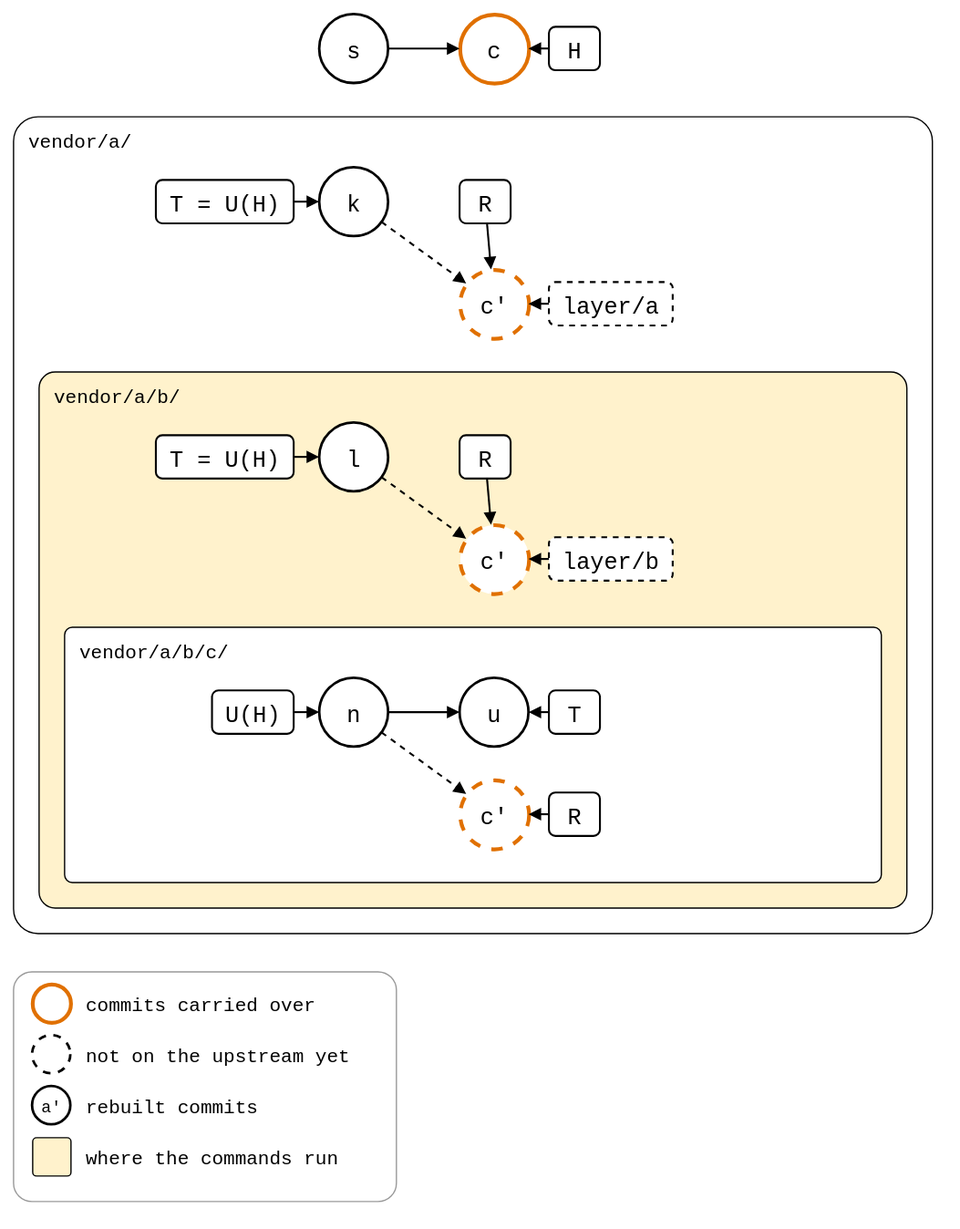
Above: docs/09-scenarios/05-nested-splices/01-nested-splices/02-three-levels/levels-worktrees.drawio.svg in roschaefer/git-splice (draw.io), before the change. Source tidied: cells renumbered, new cells last; positions are measured from the earlier drawing's top-left corner, leaving out a move shared by most shapes. Source of this version:
```xml
<mxGraphModel background="#ffffff">
  <root>
    <mxCell id="0" />
    <mxCell id="1" parent="0" />
    <mxCell id="2" value="vendor/a/" style="rounded=1;arcSize=3;fillColor=none;strokeWidth=1;fontSize=15;verticalAlign=top;align=left;spacingLeft=10;spacingTop=4;fontFamily=Roboto Mono,monospace;" parent="1" vertex="1">
      <mxGeometry y="80" width="720" height="640" as="geometry" />
    </mxCell>
    <mxCell id="3" value="vendor/a/b/" style="rounded=1;arcSize=3;fillColor=#FFF2CC;strokeWidth=1;fontSize=15;verticalAlign=top;align=left;spacingLeft=10;spacingTop=4;fontFamily=Roboto Mono,monospace;" parent="1" vertex="1">
      <mxGeometry x="20" y="280" width="680" height="420" as="geometry" />
    </mxCell>
    <mxCell id="4" value="vendor/a/b/c/" style="rounded=1;arcSize=3;fillColor=#ffffff;strokeWidth=1;fontSize=15;verticalAlign=top;align=left;spacingLeft=10;spacingTop=4;fontFamily=Roboto Mono,monospace;" parent="1" vertex="1">
      <mxGeometry x="40" y="480" width="640" height="200" as="geometry" />
    </mxCell>
    <mxCell id="5" value="s" style="ellipse;strokeWidth=2;fontSize=18;fontFamily=Roboto Mono,monospace;" parent="1" vertex="1">
      <mxGeometry x="240" width="54" height="54" as="geometry" />
    </mxCell>
    <mxCell id="6" value="c" style="ellipse;strokeWidth=2;fontSize=18;fontFamily=Roboto Mono,monospace;strokeColor=#E07000;strokeWidth=3;" parent="1" vertex="1">
      <mxGeometry x="350" width="54" height="54" as="geometry" />
    </mxCell>
    <mxCell id="7" style="endArrow=block;endFill=1;html=1;strokeWidth=1.5;rounded=0;" parent="1" edge="1" source="5" target="6">
      <mxGeometry relative="1" as="geometry" />
    </mxCell>
    <mxCell id="8" value="H" style="rounded=1;strokeWidth=1.5;fontSize=18;fontFamily=Roboto Mono,monospace;" parent="1" vertex="1">
      <mxGeometry x="420" y="10" width="40" height="34" as="geometry" />
    </mxCell>
    <mxCell id="9" style="endArrow=block;endFill=1;html=1;strokeWidth=1.5;rounded=0;" parent="1" edge="1" source="8" target="6">
      <mxGeometry relative="1" as="geometry" />
    </mxCell>
    <mxCell id="10" value="k" style="ellipse;strokeWidth=2;fontSize=18;fontFamily=Roboto Mono,monospace;" parent="1" vertex="1">
      <mxGeometry x="240" y="120" width="54" height="54" as="geometry" />
    </mxCell>
    <mxCell id="11" value="c'" style="ellipse;strokeWidth=2;fontSize=18;fontFamily=Roboto Mono,monospace;dashed=1;strokeColor=#E07000;strokeWidth=3;" parent="1" vertex="1">
      <mxGeometry x="350" y="200" width="54" height="54" as="geometry" />
    </mxCell>
    <mxCell id="12" style="endArrow=block;endFill=1;html=1;strokeWidth=1.5;rounded=0;dashed=1;" parent="1" edge="1" source="10" target="11">
      <mxGeometry relative="1" as="geometry" />
    </mxCell>
    <mxCell id="13" value="l" style="ellipse;strokeWidth=2;fontSize=18;fontFamily=Roboto Mono,monospace;" parent="1" vertex="1">
      <mxGeometry x="240" y="320" width="54" height="54" as="geometry" />
    </mxCell>
    <mxCell id="14" value="c'" style="ellipse;strokeWidth=2;fontSize=18;fontFamily=Roboto Mono,monospace;dashed=1;strokeColor=#E07000;strokeWidth=3;" parent="1" vertex="1">
      <mxGeometry x="350" y="400" width="54" height="54" as="geometry" />
    </mxCell>
    <mxCell id="15" style="endArrow=block;endFill=1;html=1;strokeWidth=1.5;rounded=0;dashed=1;" parent="1" edge="1" source="13" target="14">
      <mxGeometry relative="1" as="geometry" />
    </mxCell>
    <mxCell id="16" value="n" style="ellipse;strokeWidth=2;fontSize=18;fontFamily=Roboto Mono,monospace;" parent="1" vertex="1">
      <mxGeometry x="240" y="520" width="54" height="54" as="geometry" />
    </mxCell>
    <mxCell id="17" value="u" style="ellipse;strokeWidth=2;fontSize=18;fontFamily=Roboto Mono,monospace;" parent="1" vertex="1">
      <mxGeometry x="350" y="520" width="54" height="54" as="geometry" />
    </mxCell>
    <mxCell id="18" style="endArrow=block;endFill=1;html=1;strokeWidth=1.5;rounded=0;" parent="1" edge="1" source="16" target="17">
      <mxGeometry relative="1" as="geometry" />
    </mxCell>
    <mxCell id="19" value="c'" style="ellipse;strokeWidth=2;fontSize=18;fontFamily=Roboto Mono,monospace;dashed=1;strokeColor=#E07000;strokeWidth=3;" parent="1" vertex="1">
      <mxGeometry x="350" y="600" width="54" height="54" as="geometry" />
    </mxCell>
    <mxCell id="20" style="endArrow=block;endFill=1;html=1;strokeWidth=1.5;rounded=0;dashed=1;" parent="1" edge="1" source="16" target="19">
      <mxGeometry relative="1" as="geometry" />
    </mxCell>
    <mxCell id="21" value="T = U(H)" style="rounded=1;strokeWidth=1.5;fontSize=18;fontFamily=Roboto Mono,monospace;" parent="1" vertex="1">
      <mxGeometry x="112" y="130" width="108" height="34" as="geometry" />
    </mxCell>
    <mxCell id="22" style="endArrow=block;endFill=1;html=1;strokeWidth=1.5;rounded=0;" parent="1" edge="1" source="21" target="10">
      <mxGeometry relative="1" as="geometry" />
    </mxCell>
    <mxCell id="23" value="T = U(H)" style="rounded=1;strokeWidth=1.5;fontSize=18;fontFamily=Roboto Mono,monospace;" parent="1" vertex="1">
      <mxGeometry x="112" y="330" width="108" height="34" as="geometry" />
    </mxCell>
    <mxCell id="24" style="endArrow=block;endFill=1;html=1;strokeWidth=1.5;rounded=0;" parent="1" edge="1" source="23" target="13">
      <mxGeometry relative="1" as="geometry" />
    </mxCell>
    <mxCell id="25" value="U(H)" style="rounded=1;strokeWidth=1.5;fontSize=18;fontFamily=Roboto Mono,monospace;" parent="1" vertex="1">
      <mxGeometry x="156" y="530" width="64" height="34" as="geometry" />
    </mxCell>
    <mxCell id="26" style="endArrow=block;endFill=1;html=1;strokeWidth=1.5;rounded=0;" parent="1" edge="1" source="25" target="16">
      <mxGeometry relative="1" as="geometry" />
    </mxCell>
    <mxCell id="27" value="R" style="rounded=1;strokeWidth=1.5;fontSize=18;fontFamily=Roboto Mono,monospace;" parent="1" vertex="1">
      <mxGeometry x="350" y="130" width="40" height="34" as="geometry" />
    </mxCell>
    <mxCell id="28" style="endArrow=block;endFill=1;html=1;strokeWidth=1.5;rounded=0;" parent="1" edge="1" source="27" target="11">
      <mxGeometry relative="1" as="geometry" />
    </mxCell>
    <mxCell id="29" value="layer/a" style="rounded=1;strokeWidth=1.5;fontSize=18;fontFamily=Roboto Mono,monospace;dashed=1;" parent="1" vertex="1">
      <mxGeometry x="420" y="210" width="97" height="34" as="geometry" />
    </mxCell>
    <mxCell id="30" style="endArrow=block;endFill=1;html=1;strokeWidth=1.5;rounded=0;" parent="1" edge="1" source="29" target="11">
      <mxGeometry relative="1" as="geometry" />
    </mxCell>
    <mxCell id="31" value="R" style="rounded=1;strokeWidth=1.5;fontSize=18;fontFamily=Roboto Mono,monospace;" parent="1" vertex="1">
      <mxGeometry x="350" y="330" width="40" height="34" as="geometry" />
    </mxCell>
    <mxCell id="32" style="endArrow=block;endFill=1;html=1;strokeWidth=1.5;rounded=0;" parent="1" edge="1" source="31" target="14">
      <mxGeometry relative="1" as="geometry" />
    </mxCell>
    <mxCell id="33" value="layer/b" style="rounded=1;strokeWidth=1.5;fontSize=18;fontFamily=Roboto Mono,monospace;dashed=1;" parent="1" vertex="1">
      <mxGeometry x="420" y="410" width="97" height="34" as="geometry" />
    </mxCell>
    <mxCell id="34" style="endArrow=block;endFill=1;html=1;strokeWidth=1.5;rounded=0;" parent="1" edge="1" source="33" target="14">
      <mxGeometry relative="1" as="geometry" />
    </mxCell>
    <mxCell id="35" value="T" style="rounded=1;strokeWidth=1.5;fontSize=18;fontFamily=Roboto Mono,monospace;" parent="1" vertex="1">
      <mxGeometry x="420" y="530" width="40" height="34" as="geometry" />
    </mxCell>
    <mxCell id="36" style="endArrow=block;endFill=1;html=1;strokeWidth=1.5;rounded=0;" parent="1" edge="1" source="35" target="17">
      <mxGeometry relative="1" as="geometry" />
    </mxCell>
    <mxCell id="37" value="R" style="rounded=1;strokeWidth=1.5;fontSize=18;fontFamily=Roboto Mono,monospace;" parent="1" vertex="1">
      <mxGeometry x="420" y="610" width="40" height="34" as="geometry" />
    </mxCell>
    <mxCell id="38" style="endArrow=block;endFill=1;html=1;strokeWidth=1.5;rounded=0;" parent="1" edge="1" source="37" target="19">
      <mxGeometry relative="1" as="geometry" />
    </mxCell>
    <mxCell id="39" style="rounded=1;arcSize=8;fillColor=none;strokeColor=#999999;strokeWidth=1;legend=1;" parent="1" vertex="1">
      <mxGeometry y="750" width="300" height="180" as="geometry" />
    </mxCell>
    <mxCell id="40" style="ellipse;fontSize=13;fontFamily=Roboto Mono,monospace;strokeWidth=2;strokeColor=#E07000;strokeWidth=3;" parent="39" vertex="1">
      <mxGeometry x="15" y="10" width="30" height="30" as="geometry" />
    </mxCell>
    <mxCell id="41" value="commits carried over" style="text;align=left;verticalAlign=middle;fontSize=15;fontFamily=Roboto Mono,monospace;" parent="39" vertex="1">
      <mxGeometry x="55" y="10" width="240" height="30" as="geometry" />
    </mxCell>
    <mxCell id="42" style="ellipse;fontSize=13;fontFamily=Roboto Mono,monospace;strokeWidth=2;dashed=1;" parent="39" vertex="1">
      <mxGeometry x="15" y="50" width="30" height="30" as="geometry" />
    </mxCell>
    <mxCell id="43" value="not on the upstream yet" style="text;align=left;verticalAlign=middle;fontSize=15;fontFamily=Roboto Mono,monospace;" parent="39" vertex="1">
      <mxGeometry x="55" y="50" width="240" height="30" as="geometry" />
    </mxCell>
    <mxCell id="44" value="a'" style="ellipse;fontSize=13;fontFamily=Roboto Mono,monospace;strokeWidth=2;" parent="39" vertex="1">
      <mxGeometry x="15" y="90" width="30" height="30" as="geometry" />
    </mxCell>
    <mxCell id="45" value="rebuilt commits" style="text;align=left;verticalAlign=middle;fontSize=15;fontFamily=Roboto Mono,monospace;" parent="39" vertex="1">
      <mxGeometry x="55" y="90" width="240" height="30" as="geometry" />
    </mxCell>
    <mxCell id="46" style="rounded=1;arcSize=10;strokeWidth=1;fillColor=#FFF2CC;" parent="39" vertex="1">
      <mxGeometry x="15" y="130" width="30" height="30" as="geometry" />
    </mxCell>
    <mxCell id="47" value="where the commands run" style="text;align=left;verticalAlign=middle;fontSize=15;fontFamily=Roboto Mono,monospace;" parent="39" vertex="1">
      <mxGeometry x="55" y="130" width="240" height="30" as="geometry" />
    </mxCell>
  </root>
</mxGraphModel>
```
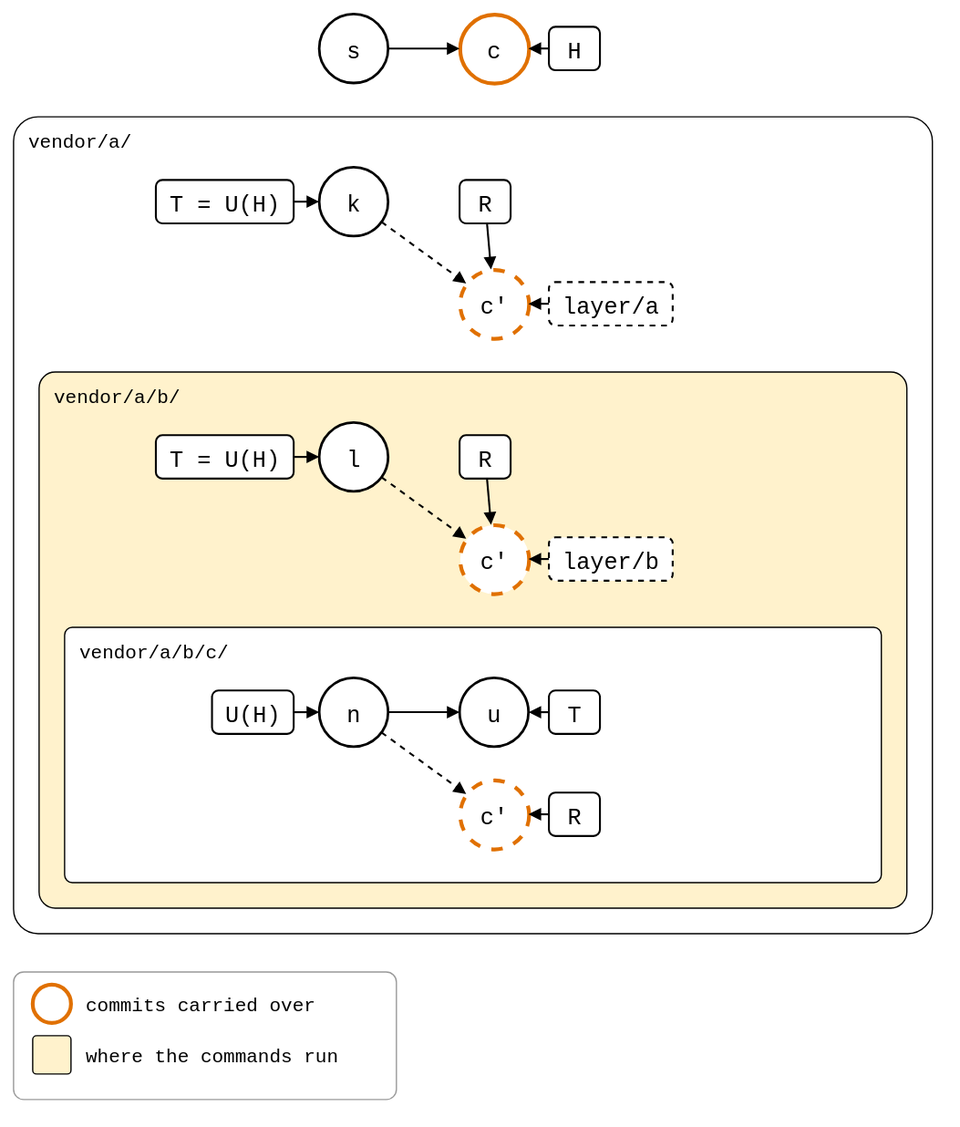
The same file after the commit.

What changed in the source:
```diff
@@ -114,7 +114,7 @@
       <mxGeometry relative="1" as="geometry" />
     </mxCell>
     <mxCell id="39" style="rounded=1;arcSize=8;fillColor=none;strokeColor=#999999;strokeWidth=1;legend=1;" parent="1" vertex="1">
-      <mxGeometry y="750" width="300" height="180" as="geometry" />
+      <mxGeometry y="750" width="300" height="100" as="geometry" />
     </mxCell>
     <mxCell id="40" style="ellipse;fontSize=13;fontFamily=Roboto Mono,monospace;strokeWidth=2;strokeColor=#E07000;strokeWidth=3;" parent="39" vertex="1">
       <mxGeometry x="15" y="10" width="30" height="30" as="geometry" />
@@ -122,23 +122,11 @@
     <mxCell id="41" value="commits carried over" style="text;align=left;verticalAlign=middle;fontSize=15;fontFamily=Roboto Mono,monospace;" parent="39" vertex="1">
       <mxGeometry x="55" y="10" width="240" height="30" as="geometry" />
     </mxCell>
-    <mxCell id="42" style="ellipse;fontSize=13;fontFamily=Roboto Mono,monospace;strokeWidth=2;dashed=1;" parent="39" vertex="1">
-      <mxGeometry x="15" y="50" width="30" height="30" as="geometry" />
-    </mxCell>
-    <mxCell id="43" value="not on the upstream yet" style="text;align=left;verticalAlign=middle;fontSize=15;fontFamily=Roboto Mono,monospace;" parent="39" vertex="1">
-      <mxGeometry x="55" y="50" width="240" height="30" as="geometry" />
-    </mxCell>
-    <mxCell id="44" value="a'" style="ellipse;fontSize=13;fontFamily=Roboto Mono,monospace;strokeWidth=2;" parent="39" vertex="1">
-      <mxGeometry x="15" y="90" width="30" height="30" as="geometry" />
-    </mxCell>
-    <mxCell id="45" value="rebuilt commits" style="text;align=left;verticalAlign=middle;fontSize=15;fontFamily=Roboto Mono,monospace;" parent="39" vertex="1">
-      <mxGeometry x="55" y="90" width="240" height="30" as="geometry" />
-    </mxCell>
     <mxCell id="46" style="rounded=1;arcSize=10;strokeWidth=1;fillColor=#FFF2CC;" parent="39" vertex="1">
-      <mxGeometry x="15" y="130" width="30" height="30" as="geometry" />
+      <mxGeometry x="15" y="50" width="30" height="30" as="geometry" />
     </mxCell>
     <mxCell id="47" value="where the commands run" style="text;align=left;verticalAlign=middle;fontSize=15;fontFamily=Roboto Mono,monospace;" parent="39" vertex="1">
-      <mxGeometry x="55" y="130" width="240" height="30" as="geometry" />
+      <mxGeometry x="55" y="50" width="240" height="30" as="geometry" />
     </mxCell>
   </root>
 </mxGraphModel>
```
